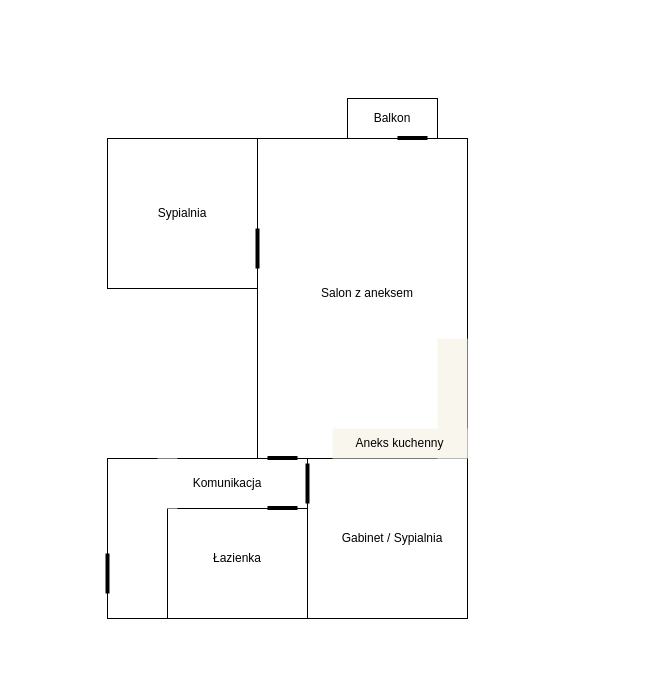
LukaszJessa/diagrams keeps this draw.io diagram as Kordeckiego.drawio. Above is the earlier version. Source tidied: cells renumbered, new cells numbered last; positions are measured from the earlier drawing's top-left corner, leaving out a move shared by most shapes. Both pictures are drawn from the tidied source at 100%, with x=0, y=0 at pixel (107, 98).
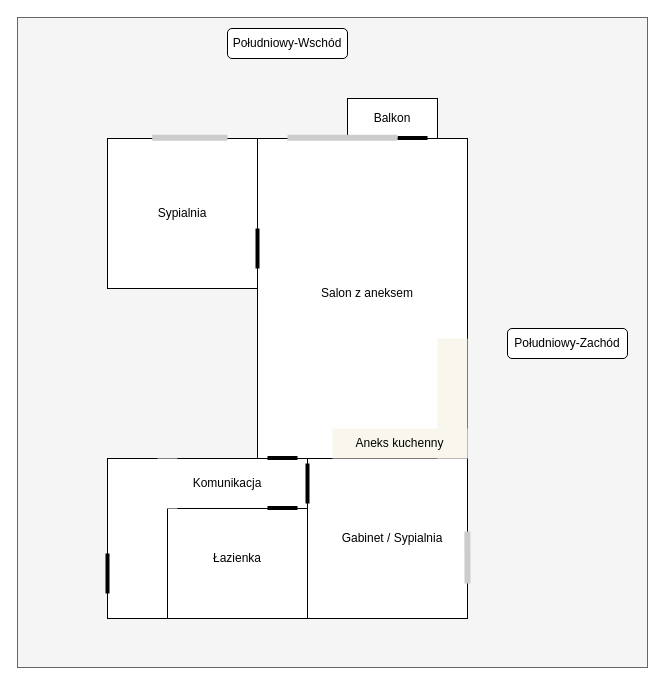
The same diagram, later.

The change refers to these unchanged cells:
```xml
<mxCell id="3" style="rounded=0;whiteSpace=wrap;html=1;" parent="1" vertex="1">
  <mxGeometry x="200" y="360" width="160" height="160" as="geometry" />
</mxCell>
```

Change to the diagram source:
```diff
@@
+    <mxCell id="22" style="rounded=0;whiteSpace=wrap;html=1;fillColor=#f5f5f5;strokeColor=#666666;fontColor=#333333;" parent="1" vertex="1">
+      <mxGeometry x="-90" y="-81" width="630" height="650" as="geometry" />
+    </mxCell>
@@
+    <mxCell id="23" value="Południowy-Wschód" style="rounded=1;whiteSpace=wrap;html=1;" parent="1" vertex="1">
+      <mxGeometry x="120" y="-70" width="120" height="30" as="geometry" />
+    </mxCell>
+    <mxCell id="24" value="Południowy-Zachód" style="rounded=1;whiteSpace=wrap;html=1;" parent="1" vertex="1">
+      <mxGeometry x="400" y="230" width="120" height="30" as="geometry" />
+    </mxCell>
+    <mxCell id="25" style="endArrow=none;html=1;rounded=0;strokeWidth=6;fillColor=#cce5ff;strokeColor=#CCCCCC;entryX=0.999;entryY=0.456;entryDx=0;entryDy=0;entryPerimeter=0;" parent="1" edge="1" target="3">
+      <mxGeometry relative="1" as="geometry">
+        <mxPoint x="360" y="485" as="sourcePoint" />
+      </mxGeometry>
+    </mxCell>
+    <mxCell id="26" style="endArrow=none;html=1;rounded=0;strokeWidth=6;fillColor=#cce5ff;strokeColor=#CCCCCC;" parent="1" edge="1">
+      <mxGeometry relative="1" as="geometry">
+        <mxPoint x="44.7" y="39.3" as="sourcePoint" />
+        <mxPoint x="120" y="39.3" as="targetPoint" />
+      </mxGeometry>
+    </mxCell>
+    <mxCell id="27" style="endArrow=none;html=1;rounded=0;strokeWidth=6;fillColor=#cce5ff;strokeColor=#CCCCCC;" parent="1" edge="1">
+      <mxGeometry relative="1" as="geometry">
+        <mxPoint x="290" y="39.3" as="sourcePoint" />
+        <mxPoint x="180" y="39.3" as="targetPoint" />
+      </mxGeometry>
+    </mxCell>
```
